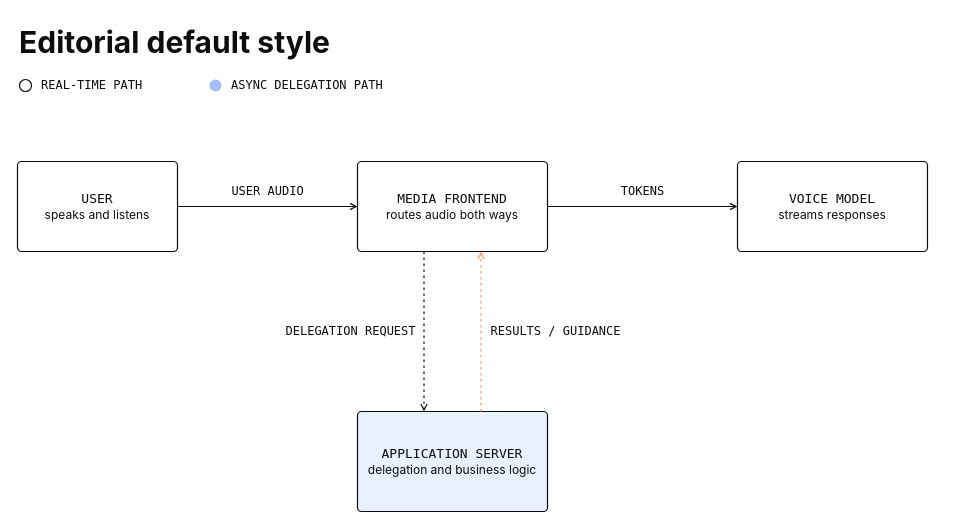
gigio1023/drawio-agent-skill keeps this draw.io diagram as assets/editorial-default-template.drawio. Above is the earlier version. Source tidied: cells renumbered, new cells numbered last; positions are measured from the earlier drawing's top-left corner, leaving out a move shared by most shapes. Both pictures are drawn from the tidied source at 100%, with x=0, y=0 at pixel (17, 17).
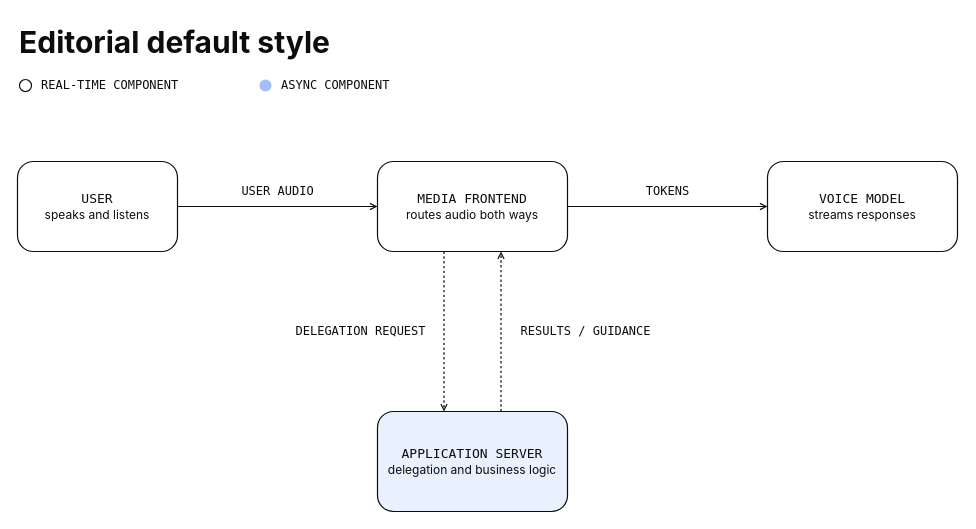
Above is the later version.

The edit, as a diff of the source:
```diff
@@
 <mxGraphModel>
   <root>
     <mxCell id="0" />
     <mxCell id="1" parent="0" />
-    <mxCell id="2" value="Editorial default style" style="text;html=1;strokeColor=none;fillColor=none;align=left;verticalAlign=top;fontFamily=Inter, Helvetica Neue, Helvetica;fontSize=30;fontStyle=1;fontColor=#0D0D0D;" parent="1" vertex="1">
+    <mxCell id="2" value="Editorial default style" style="text;html=1;strokeColor=none;fillColor=none;align=left;verticalAlign=top;fontFamily=Inter, Helvetica Neue, Helvetica, sans-serif;fontSize=30;fontStyle=1;fontColor=#0D0D0D;" parent="1" vertex="1">
       <mxGeometry width="700" height="44" as="geometry" />
     </mxCell>
     <mxCell id="3" style="ellipse;html=1;fillColor=#FFFFFF;strokeColor=#0D0D0D;strokeWidth=1.2;" parent="1" vertex="1">
       <mxGeometry x="2" y="62" width="12" height="12" as="geometry" />
     </mxCell>
-    <mxCell id="4" value="REAL-TIME PATH" style="text;html=1;strokeColor=none;fillColor=none;align=left;verticalAlign=middle;fontFamily=IBM Plex Mono, Menlo;fontSize=12;fontColor=#0D0D0D;" parent="1" vertex="1">
-      <mxGeometry x="22" y="56" width="150" height="24" as="geometry" />
+    <mxCell id="4" value="REAL-TIME COMPONENT" style="text;html=1;strokeColor=none;fillColor=none;align=left;verticalAlign=middle;fontFamily=IBM Plex Mono, Menlo, monospace;fontSize=12;fontColor=#0D0D0D;" parent="1" vertex="1">
+      <mxGeometry x="22" y="56" width="200" height="24" as="geometry" />
     </mxCell>
     <mxCell id="5" style="ellipse;html=1;fillColor=#A3BEFA;strokeColor=none;" parent="1" vertex="1">
-      <mxGeometry x="192" y="62" width="12" height="12" as="geometry" />
+      <mxGeometry x="242" y="62" width="12" height="12" as="geometry" />
     </mxCell>
-    <mxCell id="6" value="ASYNC DELEGATION PATH" style="text;html=1;strokeColor=none;fillColor=none;align=left;verticalAlign=middle;fontFamily=IBM Plex Mono, Menlo;fontSize=12;fontColor=#0D0D0D;" parent="1" vertex="1">
-      <mxGeometry x="212" y="56" width="220" height="24" as="geometry" />
+    <mxCell id="6" value="ASYNC COMPONENT" style="text;html=1;strokeColor=none;fillColor=none;align=left;verticalAlign=middle;fontFamily=IBM Plex Mono, Menlo, monospace;fontSize=12;fontColor=#0D0D0D;" parent="1" vertex="1">
+      <mxGeometry x="262" y="56" width="180" height="24" as="geometry" />
     </mxCell>
-    <mxCell id="7" value="USER&lt;br&gt;&lt;font face=&quot;Inter, Helvetica Neue, Helvetica&quot; style=&quot;font-size:12px&quot;&gt;speaks and listens&lt;/font&gt;" style="rounded=1;absoluteArcSize=1;arcSize=8;whiteSpace=wrap;html=1;fillColor=#FFFFFF;strokeColor=#0D0D0D;strokeWidth=1.2;fontColor=#0D0D0D;fontFamily=IBM Plex Mono, Menlo;fontSize=13;align=center;spacing=10;shadow=0;" parent="1" vertex="1">
+    <mxCell id="7" value="USER&lt;br&gt;&lt;font face=&quot;Inter, Helvetica Neue, Helvetica, sans-serif&quot; style=&quot;font-size:12px&quot;&gt;speaks and listens&lt;/font&gt;" style="rounded=1;absoluteArcSize=1;arcSize=32;whiteSpace=wrap;html=1;fillColor=#FFFFFF;strokeColor=#0D0D0D;strokeWidth=1.2;fontColor=#0D0D0D;fontFamily=IBM Plex Mono, Menlo, monospace;fontSize=13;align=center;spacing=10;shadow=0;" parent="1" vertex="1">
       <mxGeometry y="144" width="160" height="90" as="geometry" />
     </mxCell>
-    <mxCell id="8" value="MEDIA FRONTEND&lt;br&gt;&lt;font face=&quot;Inter, Helvetica Neue, Helvetica&quot; style=&quot;font-size:12px&quot;&gt;routes audio both ways&lt;/font&gt;" style="rounded=1;absoluteArcSize=1;arcSize=8;whiteSpace=wrap;html=1;fillColor=#FFFFFF;strokeColor=#0D0D0D;strokeWidth=1.2;fontColor=#0D0D0D;fontFamily=IBM Plex Mono, Menlo;fontSize=13;align=center;spacing=10;shadow=0;" parent="1" vertex="1">
-      <mxGeometry x="340" y="144" width="190" height="90" as="geometry" />
+    <mxCell id="8" value="MEDIA FRONTEND&lt;br&gt;&lt;font face=&quot;Inter, Helvetica Neue, Helvetica, sans-serif&quot; style=&quot;font-size:12px&quot;&gt;routes audio both ways&lt;/font&gt;" style="rounded=1;absoluteArcSize=1;arcSize=32;whiteSpace=wrap;html=1;fillColor=#FFFFFF;strokeColor=#0D0D0D;strokeWidth=1.2;fontColor=#0D0D0D;fontFamily=IBM Plex Mono, Menlo, monospace;fontSize=13;align=center;spacing=10;shadow=0;" parent="1" vertex="1">
+      <mxGeometry x="360" y="144" width="190" height="90" as="geometry" />
     </mxCell>
-    <mxCell id="9" value="VOICE MODEL&lt;br&gt;&lt;font face=&quot;Inter, Helvetica Neue, Helvetica&quot; style=&quot;font-size:12px&quot;&gt;streams responses&lt;/font&gt;" style="rounded=1;absoluteArcSize=1;arcSize=8;whiteSpace=wrap;html=1;fillColor=#FFFFFF;strokeColor=#0D0D0D;strokeWidth=1.2;fontColor=#0D0D0D;fontFamily=IBM Plex Mono, Menlo;fontSize=13;align=center;spacing=10;shadow=0;" parent="1" vertex="1">
-      <mxGeometry x="720" y="144" width="190" height="90" as="geometry" />
+    <mxCell id="9" value="VOICE MODEL&lt;br&gt;&lt;font face=&quot;Inter, Helvetica Neue, Helvetica, sans-serif&quot; style=&quot;font-size:12px&quot;&gt;streams responses&lt;/font&gt;" style="rounded=1;absoluteArcSize=1;arcSize=32;whiteSpace=wrap;html=1;fillColor=#FFFFFF;strokeColor=#0D0D0D;strokeWidth=1.2;fontColor=#0D0D0D;fontFamily=IBM Plex Mono, Menlo, monospace;fontSize=13;align=center;spacing=10;shadow=0;" parent="1" vertex="1">
+      <mxGeometry x="750" y="144" width="190" height="90" as="geometry" />
     </mxCell>
-    <mxCell id="10" value="APPLICATION SERVER&lt;br&gt;&lt;font face=&quot;Inter, Helvetica Neue, Helvetica&quot; style=&quot;font-size:12px&quot;&gt;delegation and business logic&lt;/font&gt;" style="rounded=1;absoluteArcSize=1;arcSize=8;whiteSpace=wrap;html=1;fillColor=#EAF1FE;strokeColor=#0D0D0D;strokeWidth=1.2;fontColor=#0D0D0D;fontFamily=IBM Plex Mono, Menlo;fontSize=13;align=center;spacing=10;shadow=0;" parent="1" vertex="1">
-      <mxGeometry x="340" y="394" width="190" height="100" as="geometry" />
+    <mxCell id="10" value="APPLICATION SERVER&lt;br&gt;&lt;font face=&quot;Inter, Helvetica Neue, Helvetica, sans-serif&quot; style=&quot;font-size:12px&quot;&gt;delegation and business logic&lt;/font&gt;" style="rounded=1;absoluteArcSize=1;arcSize=32;whiteSpace=wrap;html=1;fillColor=#EAF1FE;strokeColor=#0D0D0D;strokeWidth=1.2;fontColor=#0D0D0D;fontFamily=IBM Plex Mono, Menlo, monospace;fontSize=13;align=center;spacing=10;shadow=0;" parent="1" vertex="1">
+      <mxGeometry x="360" y="394" width="190" height="100" as="geometry" />
     </mxCell>
-    <mxCell id="11" value="USER AUDIO" style="edgeStyle=orthogonalEdgeStyle;rounded=0;html=1;strokeColor=#0D0D0D;strokeWidth=1.2;endArrow=open;endFill=0;endSize=5;startArrow=none;exitX=1;exitY=0.5;entryX=0;entryY=0.5;fontFamily=IBM Plex Mono, Menlo;fontSize=12;fontColor=#0D0D0D;labelBackgroundColor=#FFFFFF;verticalAlign=bottom;" parent="1" edge="1" source="7" target="8">
+    <mxCell id="11" value="USER AUDIO" style="edgeStyle=orthogonalEdgeStyle;rounded=1;html=1;strokeColor=#0D0D0D;strokeWidth=1.2;endArrow=open;endFill=0;endSize=5;startArrow=none;exitX=1;exitY=0.5;entryX=0;entryY=0.5;fontFamily=IBM Plex Mono, Menlo, monospace;fontSize=12;fontColor=#0D0D0D;labelBackgroundColor=#FFFFFF;verticalAlign=bottom;" parent="1" edge="1" source="7" target="8">
       <mxGeometry relative="1" as="geometry">
         <mxPoint y="-6" as="offset" />
       </mxGeometry>
     </mxCell>
-    <mxCell id="12" value="TOKENS" style="edgeStyle=orthogonalEdgeStyle;rounded=0;html=1;strokeColor=#0D0D0D;strokeWidth=1.2;endArrow=open;endFill=0;endSize=5;startArrow=none;exitX=1;exitY=0.5;entryX=0;entryY=0.5;fontFamily=IBM Plex Mono, Menlo;fontSize=12;fontColor=#0D0D0D;labelBackgroundColor=#FFFFFF;verticalAlign=bottom;" parent="1" edge="1" source="8" target="9">
+    <mxCell id="12" value="TOKENS" style="edgeStyle=orthogonalEdgeStyle;rounded=1;html=1;strokeColor=#0D0D0D;strokeWidth=1.2;endArrow=open;endFill=0;endSize=5;startArrow=none;exitX=1;exitY=0.5;entryX=0;entryY=0.5;fontFamily=IBM Plex Mono, Menlo, monospace;fontSize=12;fontColor=#0D0D0D;labelBackgroundColor=#FFFFFF;verticalAlign=bottom;" parent="1" edge="1" source="8" target="9">
       <mxGeometry relative="1" as="geometry">
         <mxPoint y="-6" as="offset" />
       </mxGeometry>
     </mxCell>
-    <mxCell id="13" value="DELEGATION REQUEST" style="edgeStyle=orthogonalEdgeStyle;rounded=0;html=1;strokeColor=#0D0D0D;strokeWidth=1.2;endArrow=open;endFill=0;endSize=5;startArrow=none;dashed=1;dashPattern=2 3;exitX=0.35;exitY=1;entryX=0.35;entryY=0;fontFamily=IBM Plex Mono, Menlo;fontSize=12;fontColor=#0D0D0D;labelBackgroundColor=#FFFFFF;" parent="1" edge="1" source="8" target="10">
+    <mxCell id="13" value="DELEGATION REQUEST" style="edgeStyle=orthogonalEdgeStyle;rounded=1;html=1;strokeColor=#0D0D0D;strokeWidth=1.2;endArrow=open;endFill=0;endSize=5;startArrow=none;dashed=1;dashPattern=2 2;exitX=0.35;exitY=1;entryX=0.35;entryY=0;fontFamily=IBM Plex Mono, Menlo, monospace;fontSize=12;fontColor=#0D0D0D;labelBackgroundColor=#FFFFFF;" parent="1" edge="1" source="8" target="10">
       <mxGeometry relative="1" as="geometry">
-        <mxPoint x="-74" as="offset" />
+        <mxPoint x="-84" as="offset" />
       </mxGeometry>
     </mxCell>
-    <mxCell id="14" value="RESULTS / GUIDANCE" style="edgeStyle=orthogonalEdgeStyle;rounded=0;html=1;strokeColor=#FF9365;strokeWidth=1.2;endArrow=open;endFill=0;endSize=5;startArrow=none;dashed=1;dashPattern=2 3;exitX=0.65;exitY=0;entryX=0.65;entryY=1;fontFamily=IBM Plex Mono, Menlo;fontSize=12;fontColor=#0D0D0D;labelBackgroundColor=#FFFFFF;" parent="1" edge="1" source="10" target="8">
+    <mxCell id="14" value="RESULTS / GUIDANCE" style="edgeStyle=orthogonalEdgeStyle;rounded=1;html=1;strokeColor=#0D0D0D;strokeWidth=1.2;endArrow=open;endFill=0;endSize=5;startArrow=none;dashed=1;dashPattern=2 2;exitX=0.65;exitY=0;entryX=0.65;entryY=1;fontFamily=IBM Plex Mono, Menlo, monospace;fontSize=12;fontColor=#0D0D0D;labelBackgroundColor=#FFFFFF;" parent="1" edge="1" source="10" target="8">
       <mxGeometry relative="1" as="geometry">
-        <mxPoint x="74" as="offset" />
+        <mxPoint x="84" as="offset" />
       </mxGeometry>
     </mxCell>
   </root>
 </mxGraphModel>
```
